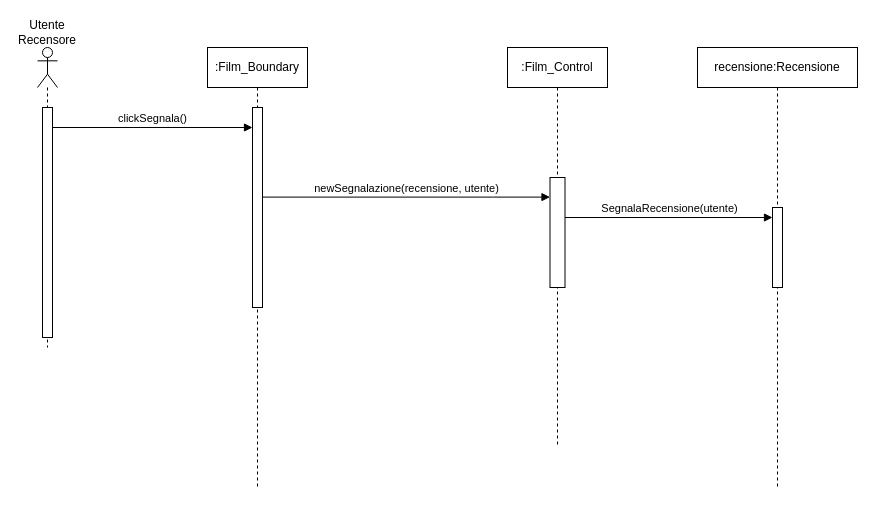
Earlier version of the draw.io diagram New Diagrams/Sequence Diagrams/UC15 Segnalazione di una recensione.drawio (superfra01/Rated). Source tidied: cells renumbered, new cells numbered last; positions are measured from the earlier drawing's top-left corner, leaving out a move shared by most shapes. Both pictures are drawn from the tidied source at 100%, with x=0, y=0 at pixel (17, 17).
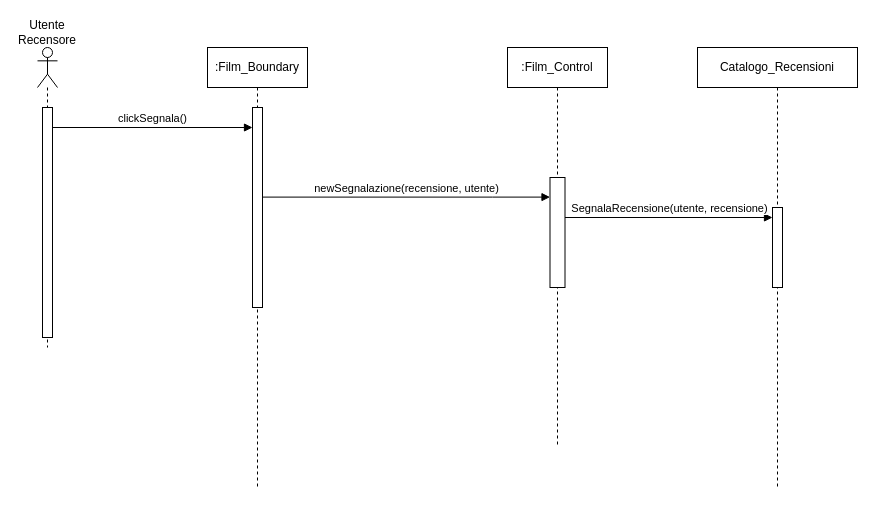
The same page after the edit.

What changed in the source:
```diff
@@
 <mxGraphModel>
   <root>
     <mxCell id="0" />
     <mxCell id="1" parent="0" />
     <mxCell id="2" style="shape=umlLifeline;perimeter=lifelinePerimeter;whiteSpace=wrap;html=1;newEdgeStyle={&quot;curved&quot;:0,&quot;rounded&quot;:0};participant=umlActor;" parent="1" vertex="1">
       <mxGeometry x="20" y="30" width="20" height="300" as="geometry" />
     </mxCell>
     <mxCell id="3" style="html=1;perimeter=orthogonalPerimeter;targetShapes=umlLifeline;newEdgeStyle={&quot;curved&quot;:0,&quot;rounded&quot;:0};" parent="2" vertex="1">
       <mxGeometry x="5" y="60" width="10" height="230" as="geometry" />
     </mxCell>
     <mxCell id="4" value="Utente Recensore" style="text;html=1;align=center;verticalAlign=middle;whiteSpace=wrap;rounded=0;" parent="1" vertex="1">
       <mxGeometry width="60" height="30" as="geometry" />
     </mxCell>
     <mxCell id="5" value=":Film_Boundary" style="shape=umlLifeline;perimeter=lifelinePerimeter;whiteSpace=wrap;html=1;newEdgeStyle={&quot;curved&quot;:0,&quot;rounded&quot;:0};" parent="1" vertex="1">
       <mxGeometry x="190" y="30" width="100" height="440" as="geometry" />
     </mxCell>
     <mxCell id="6" style="html=1;points=[[0,0,0,0,5],[0,1,0,0,-5],[1,0,0,0,5],[1,1,0,0,-5]];perimeter=orthogonalPerimeter;outlineConnect=0;targetShapes=umlLifeline;portConstraint=eastwest;newEdgeStyle={&quot;curved&quot;:0,&quot;rounded&quot;:0};" parent="5" vertex="1">
       <mxGeometry x="45" y="60" width="10" height="200" as="geometry" />
     </mxCell>
     <mxCell id="7" value="clickSegnala()" style="html=1;verticalAlign=bottom;endArrow=block;curved=0;rounded=0;" parent="1" edge="1" target="6">
       <mxGeometry relative="1" as="geometry">
         <mxPoint x="35" y="110" as="sourcePoint" />
       </mxGeometry>
     </mxCell>
-    <mxCell id="8" value="recensione:Recensione" style="shape=umlLifeline;perimeter=lifelinePerimeter;whiteSpace=wrap;html=1;newEdgeStyle={&quot;curved&quot;:0,&quot;rounded&quot;:0};" parent="1" vertex="1">
+    <mxCell id="8" value="Catalogo_Recensioni" style="shape=umlLifeline;perimeter=lifelinePerimeter;whiteSpace=wrap;html=1;newEdgeStyle={&quot;curved&quot;:0,&quot;rounded&quot;:0};" parent="1" vertex="1">
       <mxGeometry x="680" y="30" width="160" height="440" as="geometry" />
     </mxCell>
     <mxCell id="9" style="html=1;points=[[0,0,0,0,5],[0,1,0,0,-5],[1,0,0,0,5],[1,1,0,0,-5]];perimeter=orthogonalPerimeter;outlineConnect=0;targetShapes=umlLifeline;portConstraint=eastwest;newEdgeStyle={&quot;curved&quot;:0,&quot;rounded&quot;:0};" parent="8" vertex="1">
       <mxGeometry x="75" y="160" width="10" height="80" as="geometry" />
     </mxCell>
     <mxCell id="10" value=":Film_Control" style="shape=umlLifeline;perimeter=lifelinePerimeter;whiteSpace=wrap;html=1;newEdgeStyle={&quot;curved&quot;:0,&quot;rounded&quot;:0};" parent="1" vertex="1">
       <mxGeometry x="490" y="30" width="100" height="400" as="geometry" />
     </mxCell>
     <mxCell id="11" style="html=1;points=[[0,0,0,0,5],[0,1,0,0,-5],[1,0,0,0,5],[1,1,0,0,-5]];perimeter=orthogonalPerimeter;outlineConnect=0;targetShapes=umlLifeline;portConstraint=eastwest;newEdgeStyle={&quot;curved&quot;:0,&quot;rounded&quot;:0};" parent="10" vertex="1">
       <mxGeometry x="42.5" y="130" width="15" height="110" as="geometry" />
     </mxCell>
     <mxCell id="12" value="newSegnalazione(recensione, utente)" style="html=1;verticalAlign=bottom;endArrow=block;curved=0;rounded=0;" parent="1" edge="1" source="6" target="11">
       <mxGeometry relative="1" as="geometry">
         <Array as="points">
           <mxPoint x="475" y="179.6" />
         </Array>
       </mxGeometry>
     </mxCell>
-    <mxCell id="13" value="SegnalaRecensione(utente)" style="html=1;verticalAlign=bottom;endArrow=block;curved=0;rounded=0;" parent="1" edge="1" target="9">
+    <mxCell id="13" value="SegnalaRecensione(utente, recensione)" style="html=1;verticalAlign=bottom;endArrow=block;curved=0;rounded=0;" parent="1" edge="1" target="9">
       <mxGeometry relative="1" as="geometry">
         <mxPoint x="547.5" y="200" as="sourcePoint" />
       </mxGeometry>
     </mxCell>
   </root>
 </mxGraphModel>
```
